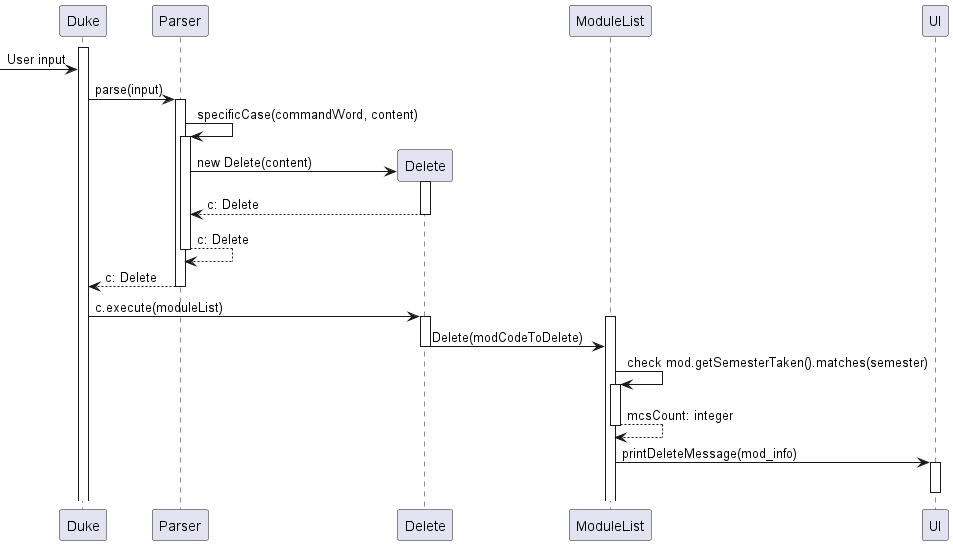
This is docs/diagrams/DeleteUML.png from nus-cs2113-AY2223S1/tp, a PlantUML export, as it was before one commit. The source it was exported from:
```plantuml
@startuml
activate Duke
[-> Duke: User input
Duke -> Parser: parse(input)
activate Parser
Parser -> Parser: specificCase(commandWord, content)
activate Parser
create Delete
Parser -> Delete: new Delete(content)
activate Delete
return c: Delete
return c: Delete
return c: Delete
deactivate Parser
Duke -> Delete: c.execute(moduleList)
activate Delete
activate ModuleList
Delete -> ModuleList: Delete(modCodeToDelete)
deactivate Delete
ModuleList -> ModuleList: check mod.getSemesterTaken().matches(semester)
activate ModuleList
return mcsCount: integer
ModuleList -> UI: printDeleteMessage(mod_info)
activate UI
deactivate UI

@enduml
```
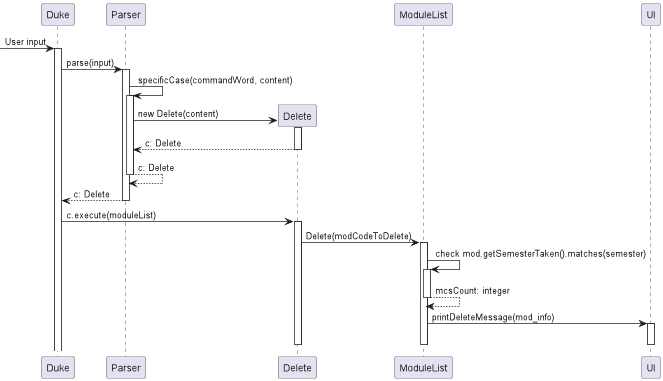
After the change.

Diff of the diagram source:
```diff
@@ -1,6 +1,6 @@
 @startuml
+[-> Duke: User input
 activate Duke
-[-> Duke: User input
 Duke -> Parser: parse(input)
 activate Parser
 Parser -> Parser: specificCase(commandWord, content)
@@ -14,14 +14,15 @@
 deactivate Parser
 Duke -> Delete: c.execute(moduleList)
 activate Delete
+Delete -> ModuleList: Delete(modCodeToDelete)
 activate ModuleList
-Delete -> ModuleList: Delete(modCodeToDelete)
-deactivate Delete
 ModuleList -> ModuleList: check mod.getSemesterTaken().matches(semester)
 activate ModuleList
 return mcsCount: integer
 ModuleList -> UI: printDeleteMessage(mod_info)
 activate UI
 deactivate UI
+deactivate ModuleList
+deactivate Delete
 
 @enduml
```
